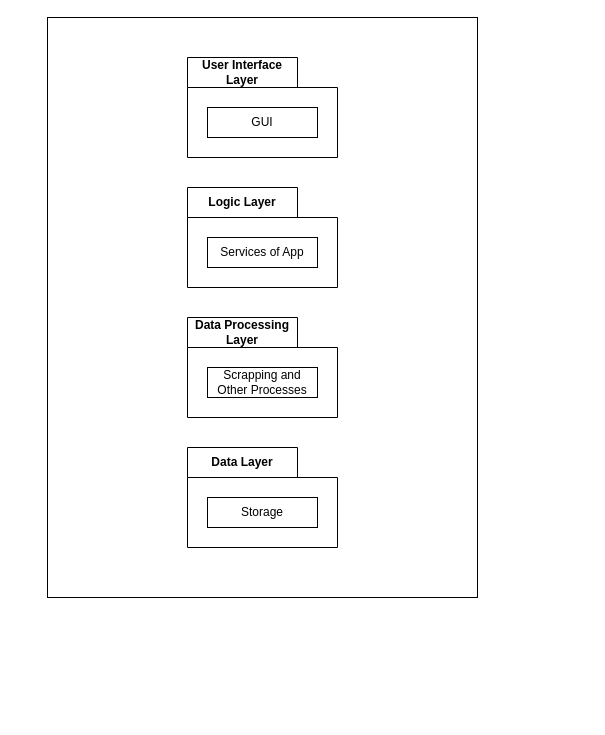
This is Başlıksız Diyagram.drawio from NasuhDincer/RecoModa, a draw.io file, before an edit. Source tidied: cells renumbered, new cells numbered last; positions are measured from the earlier drawing's top-left corner, leaving out a move shared by most shapes. Both pictures are drawn from the tidied source at 100%, with x=0, y=0 at pixel (47, 17).
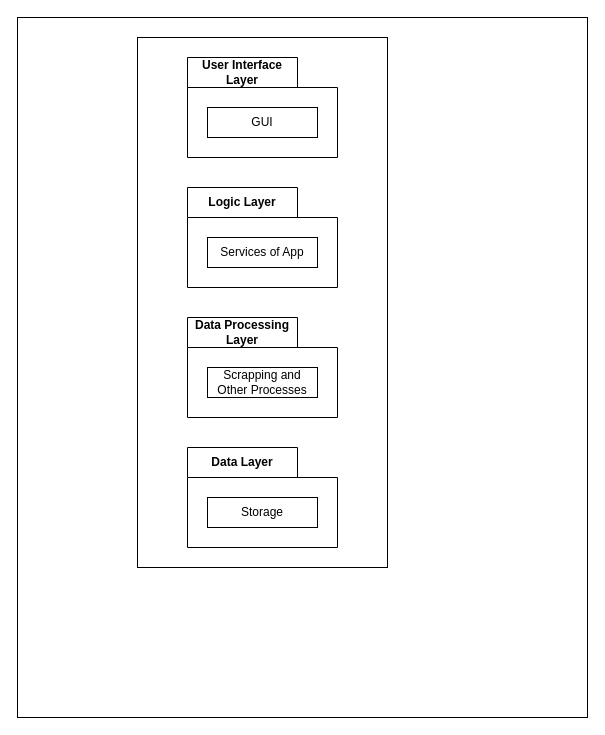
The same diagram, later.

Change to the diagram source:
```diff
@@
 <mxGraphModel>
   <root>
     <mxCell id="0" />
     <mxCell id="1" parent="0" />
     <mxCell id="2" style="rounded=0;whiteSpace=wrap;html=1;" parent="1" vertex="1">
-      <mxGeometry width="430" height="580" as="geometry" />
+      <mxGeometry x="-30" width="570" height="700" as="geometry" />
     </mxCell>
+    <mxCell id="11" style="rounded=0;whiteSpace=wrap;html=1;" parent="1" vertex="1">
+      <mxGeometry x="90" y="20" width="250" height="530" as="geometry" />
+    </mxCell>
     <mxCell id="3" value="User Interface Layer" style="shape=folder;fontStyle=1;tabWidth=110;tabHeight=30;tabPosition=left;html=1;boundedLbl=1;labelInHeader=1;whiteSpace=wrap;" parent="1" vertex="1">
       <mxGeometry x="140" y="40" width="150" height="100" as="geometry" />
     </mxCell>
     <mxCell id="4" value="GUI" style="html=1;whiteSpace=wrap;" parent="3" vertex="1">
       <mxGeometry width="110" height="30" relative="1" as="geometry">
         <mxPoint x="20" y="50" as="offset" />
       </mxGeometry>
     </mxCell>
     <mxCell id="5" value="Logic Layer" style="shape=folder;fontStyle=1;tabWidth=110;tabHeight=30;tabPosition=left;html=1;boundedLbl=1;labelInHeader=1;whiteSpace=wrap;" parent="1" vertex="1">
       <mxGeometry x="140" y="170" width="150" height="100" as="geometry" />
     </mxCell>
     <mxCell id="6" value="Services of App" style="html=1;whiteSpace=wrap;" parent="5" vertex="1">
       <mxGeometry width="110" height="30" relative="1" as="geometry">
         <mxPoint x="20" y="50" as="offset" />
       </mxGeometry>
     </mxCell>
     <mxCell id="7" value="Data Layer" style="shape=folder;fontStyle=1;tabWidth=110;tabHeight=30;tabPosition=left;html=1;boundedLbl=1;labelInHeader=1;whiteSpace=wrap;" parent="1" vertex="1">
       <mxGeometry x="140" y="430" width="150" height="100" as="geometry" />
     </mxCell>
     <mxCell id="8" value="Storage" style="html=1;whiteSpace=wrap;" parent="7" vertex="1">
       <mxGeometry width="110" height="30" relative="1" as="geometry">
         <mxPoint x="20" y="50" as="offset" />
       </mxGeometry>
     </mxCell>
     <mxCell id="9" value="Data Processing Layer" style="shape=folder;fontStyle=1;tabWidth=110;tabHeight=30;tabPosition=left;html=1;boundedLbl=1;labelInHeader=1;whiteSpace=wrap;" parent="1" vertex="1">
       <mxGeometry x="140" y="300" width="150" height="100" as="geometry" />
     </mxCell>
     <mxCell id="10" value="Scrapping and Other Processes" style="html=1;whiteSpace=wrap;" parent="9" vertex="1">
       <mxGeometry width="110" height="30" relative="1" as="geometry">
         <mxPoint x="20" y="50" as="offset" />
       </mxGeometry>
     </mxCell>
   </root>
 </mxGraphModel>
```
